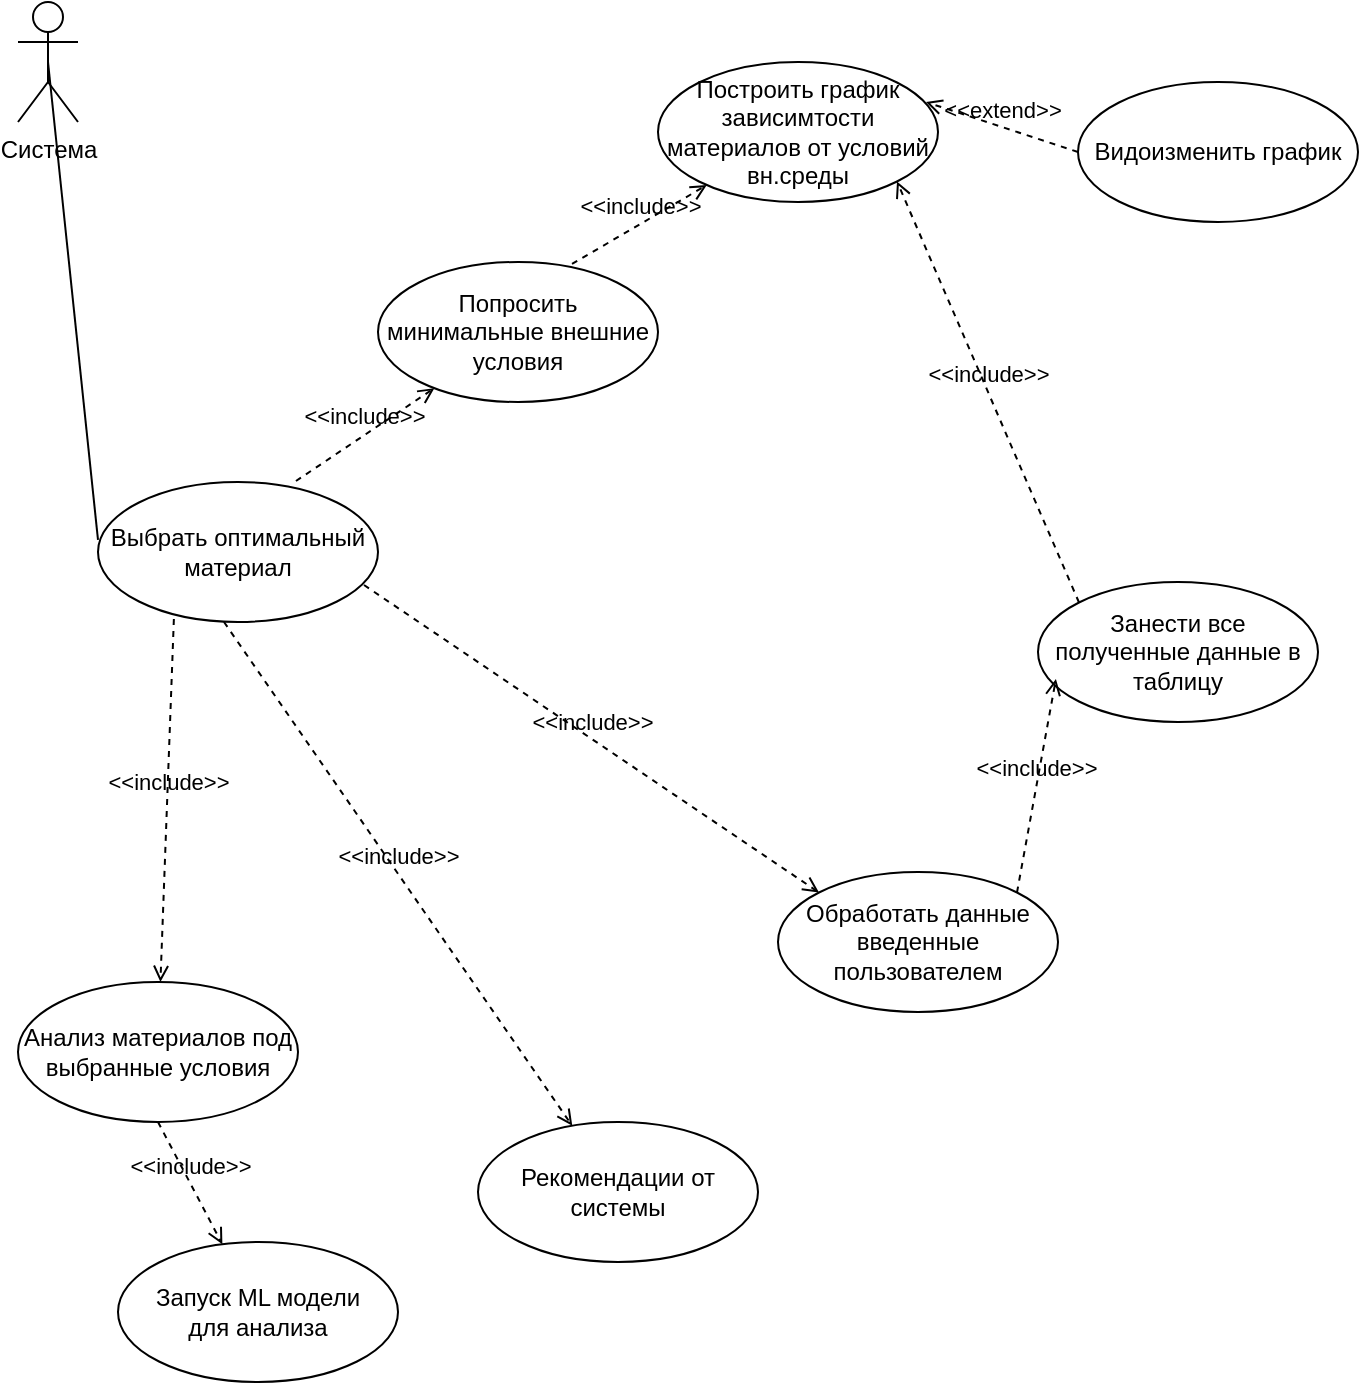
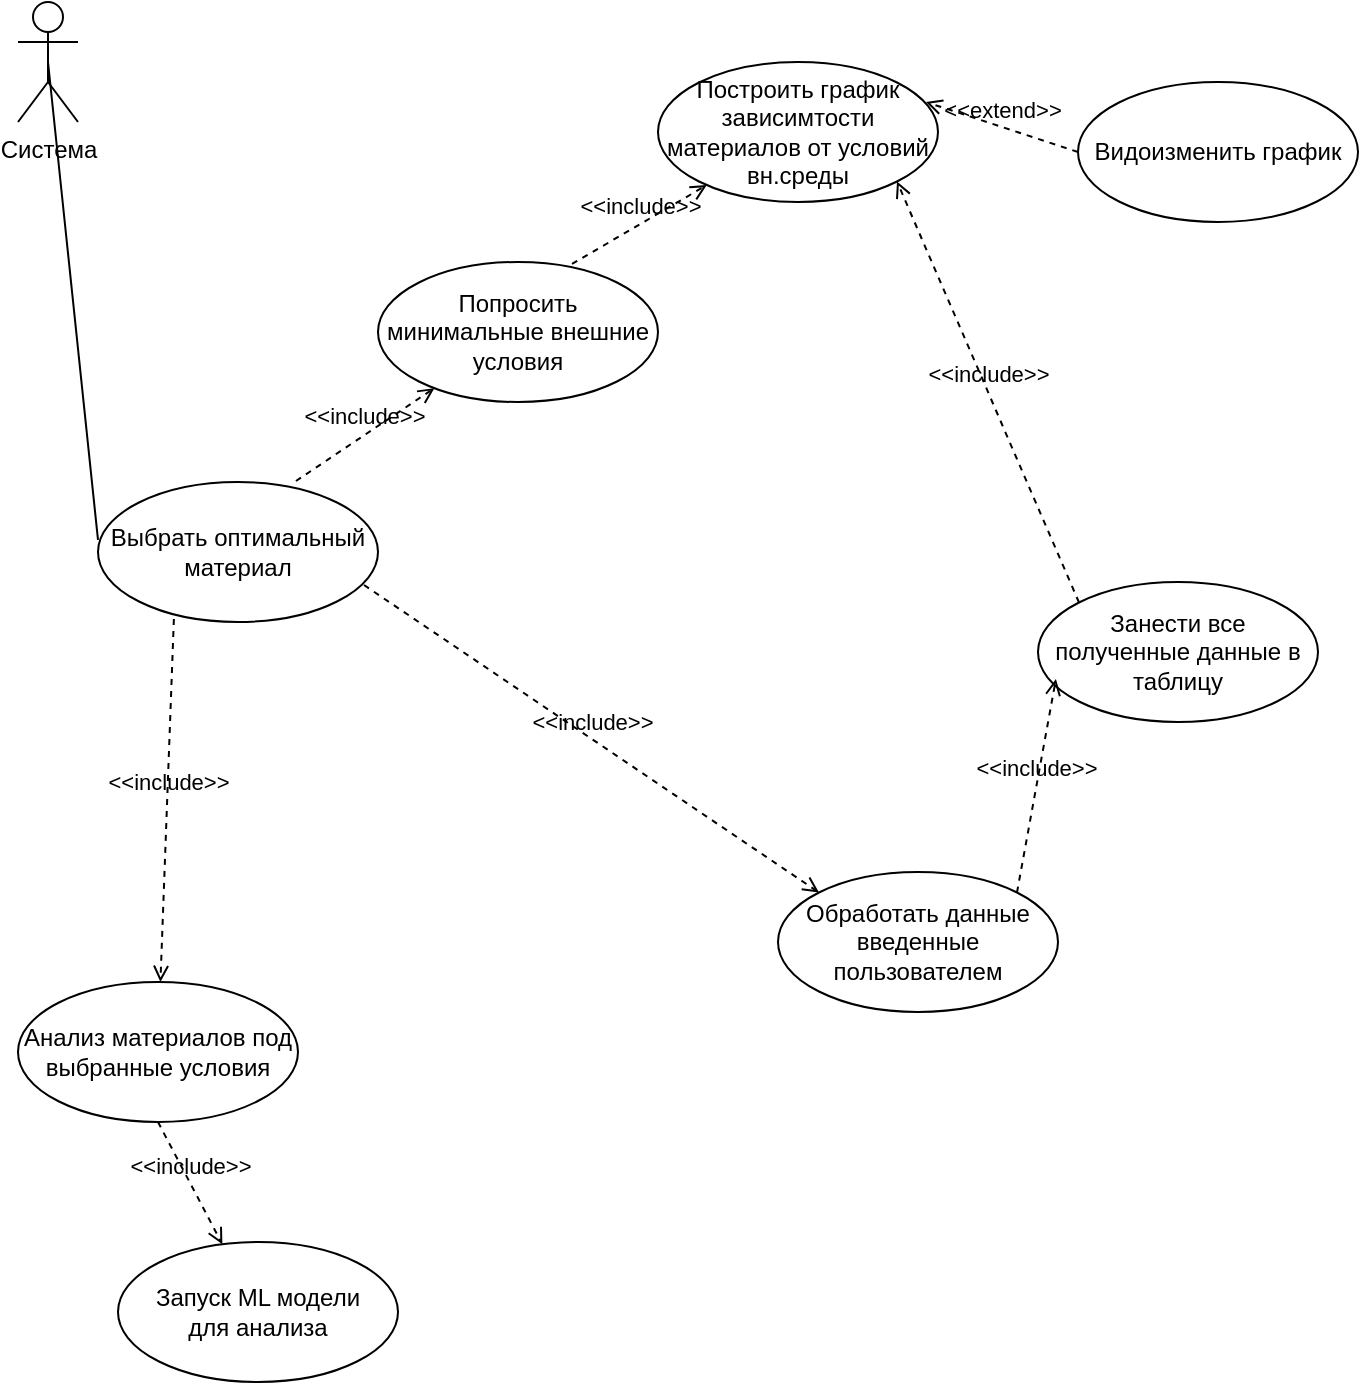
<mxfile host="app.diagrams.net" agent="Mozilla/5.0 (Macintosh; Intel Mac OS X 10_15_7) AppleWebKit/537.36 (KHTML, like Gecko) Chrome/146.0.0.0 Safari/537.36">
  <diagram name="Страница-1" id="gyE_w3nXhU2AdnzMdXHL">
    <mxGraphModel dx="878" dy="805" grid="1" gridSize="10" guides="1" tooltips="1" connect="1" arrows="1" fold="1" page="1" pageScale="1" pageWidth="827" pageHeight="1169" math="0" shadow="0">
      <root>
        <mxCell id="0" />
        <mxCell id="1" parent="0" />
        <mxCell id="AvkdiAsReh0jpHn1rncZ-1" parent="1" style="shape=umlActor;verticalLabelPosition=bottom;verticalAlign=top;html=1;" value="Система" vertex="1">
          <mxGeometry height="60" width="30" x="120" y="150" as="geometry" />
        </mxCell>
        <mxCell id="AvkdiAsReh0jpHn1rncZ-2" parent="1" style="ellipse;whiteSpace=wrap;html=1;" value="Выбрать оптимальный&lt;div&gt;материал&lt;/div&gt;" vertex="1">
          <mxGeometry height="70" width="140" x="160" y="390" as="geometry" />
        </mxCell>
        <mxCell id="AvkdiAsReh0jpHn1rncZ-3" edge="1" parent="1" source="AvkdiAsReh0jpHn1rncZ-1" style="endArrow=none;html=1;rounded=0;exitX=0.5;exitY=0.5;exitDx=0;exitDy=0;exitPerimeter=0;entryX=0;entryY=0.414;entryDx=0;entryDy=0;entryPerimeter=0;" target="AvkdiAsReh0jpHn1rncZ-2" value="">
          <mxGeometry height="50" relative="1" width="50" as="geometry">
            <mxPoint x="390" y="480" as="sourcePoint" />
            <mxPoint x="440" y="430" as="targetPoint" />
          </mxGeometry>
        </mxCell>
        <mxCell id="AvkdiAsReh0jpHn1rncZ-4" edge="1" parent="1" source="AvkdiAsReh0jpHn1rncZ-23" style="html=1;verticalAlign=bottom;labelBackgroundColor=none;endArrow=open;endFill=0;dashed=1;rounded=0;exitX=0.693;exitY=0.014;exitDx=0;exitDy=0;exitPerimeter=0;" target="AvkdiAsReh0jpHn1rncZ-5" value="&amp;lt;&amp;lt;include&amp;gt;&amp;gt;">
          <mxGeometry relative="1" width="160" as="geometry">
            <mxPoint x="330" y="450" as="sourcePoint" />
            <mxPoint x="400" y="350" as="targetPoint" />
          </mxGeometry>
        </mxCell>
        <mxCell id="AvkdiAsReh0jpHn1rncZ-5" parent="1" style="ellipse;whiteSpace=wrap;html=1;" value="Построить график зависимтости материалов от условий вн.среды" vertex="1">
          <mxGeometry height="70" width="140" x="440" y="180" as="geometry" />
-         </mxCell>
-         <mxCell id="AvkdiAsReh0jpHn1rncZ-6" edge="1" parent="1" source="AvkdiAsReh0jpHn1rncZ-2" style="html=1;verticalAlign=bottom;labelBackgroundColor=none;endArrow=open;endFill=0;dashed=1;rounded=0;exitX=0.45;exitY=1;exitDx=0;exitDy=0;exitPerimeter=0;" target="AvkdiAsReh0jpHn1rncZ-7" value="&amp;lt;&amp;lt;include&amp;gt;&amp;gt;">
-           <mxGeometry relative="1" width="160" as="geometry">
-             <mxPoint x="330" y="430" as="sourcePoint" />
-             <mxPoint x="360" y="430" as="targetPoint" />
-           </mxGeometry>
-         </mxCell>
-         <mxCell id="AvkdiAsReh0jpHn1rncZ-7" parent="1" style="ellipse;whiteSpace=wrap;html=1;" value="Рекомендации от системы" vertex="1">
-           <mxGeometry height="70" width="140" x="350" y="710" as="geometry" />
        </mxCell>
        <mxCell id="AvkdiAsReh0jpHn1rncZ-8" edge="1" parent="1" source="AvkdiAsReh0jpHn1rncZ-2" style="html=1;verticalAlign=bottom;labelBackgroundColor=none;endArrow=open;endFill=0;dashed=1;rounded=0;exitX=0.271;exitY=0.979;exitDx=0;exitDy=0;exitPerimeter=0;" target="AvkdiAsReh0jpHn1rncZ-9" value="&amp;lt;&amp;lt;include&amp;gt;&amp;gt;">
          <mxGeometry relative="1" width="160" as="geometry">
            <mxPoint x="330" y="430" as="sourcePoint" />
            <mxPoint x="268" y="450" as="targetPoint" />
          </mxGeometry>
        </mxCell>
        <mxCell id="AvkdiAsReh0jpHn1rncZ-9" parent="1" style="ellipse;whiteSpace=wrap;html=1;" value="Анализ материалов под выбранные условия" vertex="1">
          <mxGeometry height="70" width="140" x="120" y="640" as="geometry" />
        </mxCell>
        <mxCell id="AvkdiAsReh0jpHn1rncZ-10" edge="1" parent="1" source="AvkdiAsReh0jpHn1rncZ-9" style="html=1;verticalAlign=bottom;labelBackgroundColor=none;endArrow=open;endFill=0;dashed=1;rounded=0;exitX=0.5;exitY=1;exitDx=0;exitDy=0;" target="AvkdiAsReh0jpHn1rncZ-11" value="&amp;lt;&amp;lt;include&amp;gt;&amp;gt;">
          <mxGeometry relative="1" width="160" as="geometry">
            <mxPoint x="330" y="420" as="sourcePoint" />
            <mxPoint x="270" y="570" as="targetPoint" />
          </mxGeometry>
        </mxCell>
        <mxCell id="AvkdiAsReh0jpHn1rncZ-11" parent="1" style="ellipse;whiteSpace=wrap;html=1;" value="Запуск ML модели&lt;div&gt;для анализа&lt;/div&gt;" vertex="1">
          <mxGeometry height="70" width="140" x="170" y="770" as="geometry" />
        </mxCell>
        <mxCell id="AvkdiAsReh0jpHn1rncZ-14" parent="1" style="ellipse;whiteSpace=wrap;html=1;" value="Обработать данные введенные пользователем" vertex="1">
          <mxGeometry height="70" width="140" x="500" y="585" as="geometry" />
        </mxCell>
        <mxCell id="AvkdiAsReh0jpHn1rncZ-16" edge="1" parent="1" source="AvkdiAsReh0jpHn1rncZ-17" style="html=1;verticalAlign=bottom;labelBackgroundColor=none;endArrow=open;endFill=0;dashed=1;rounded=0;entryX=0.957;entryY=0.286;entryDx=0;entryDy=0;entryPerimeter=0;exitX=0;exitY=0.5;exitDx=0;exitDy=0;" target="AvkdiAsReh0jpHn1rncZ-5" value="&amp;lt;&amp;lt;extend&amp;gt;&amp;gt;">
          <mxGeometry relative="1" width="160" as="geometry">
            <mxPoint x="640" y="280" as="sourcePoint" />
            <mxPoint x="490" y="520" as="targetPoint" />
          </mxGeometry>
        </mxCell>
        <mxCell id="AvkdiAsReh0jpHn1rncZ-17" parent="1" style="ellipse;whiteSpace=wrap;html=1;" value="Видоизменить график" vertex="1">
          <mxGeometry height="70" width="140" x="650" y="190" as="geometry" />
        </mxCell>
        <mxCell id="AvkdiAsReh0jpHn1rncZ-18" parent="1" style="ellipse;whiteSpace=wrap;html=1;" value="Занести все полученные данные в таблицу" vertex="1">
          <mxGeometry height="70" width="140" x="630" y="440" as="geometry" />
        </mxCell>
        <mxCell id="AvkdiAsReh0jpHn1rncZ-19" edge="1" parent="1" source="AvkdiAsReh0jpHn1rncZ-18" style="html=1;verticalAlign=bottom;labelBackgroundColor=none;endArrow=open;endFill=0;dashed=1;rounded=0;entryX=1;entryY=1;entryDx=0;entryDy=0;exitX=0;exitY=0;exitDx=0;exitDy=0;" target="AvkdiAsReh0jpHn1rncZ-5" value="&amp;lt;&amp;lt;include&amp;gt;&amp;gt;">
          <mxGeometry relative="1" width="160" as="geometry">
            <mxPoint x="330" y="510" as="sourcePoint" />
            <mxPoint x="490" y="510" as="targetPoint" />
          </mxGeometry>
        </mxCell>
        <mxCell id="AvkdiAsReh0jpHn1rncZ-20" edge="1" parent="1" source="AvkdiAsReh0jpHn1rncZ-14" style="html=1;verticalAlign=bottom;labelBackgroundColor=none;endArrow=open;endFill=0;dashed=1;rounded=0;entryX=0.064;entryY=0.693;entryDx=0;entryDy=0;entryPerimeter=0;exitX=1;exitY=0;exitDx=0;exitDy=0;" target="AvkdiAsReh0jpHn1rncZ-18" value="&amp;lt;&amp;lt;include&amp;gt;&amp;gt;">
          <mxGeometry relative="1" width="160" as="geometry">
            <mxPoint x="330" y="510" as="sourcePoint" />
            <mxPoint x="490" y="510" as="targetPoint" />
          </mxGeometry>
        </mxCell>
        <mxCell id="AvkdiAsReh0jpHn1rncZ-21" edge="1" parent="1" source="AvkdiAsReh0jpHn1rncZ-2" style="html=1;verticalAlign=bottom;labelBackgroundColor=none;endArrow=open;endFill=0;dashed=1;rounded=0;entryX=0;entryY=0;entryDx=0;entryDy=0;exitX=0.95;exitY=0.736;exitDx=0;exitDy=0;exitPerimeter=0;" target="AvkdiAsReh0jpHn1rncZ-14" value="&amp;lt;&amp;lt;include&amp;gt;&amp;gt;">
          <mxGeometry relative="1" width="160" as="geometry">
            <mxPoint x="330" y="620" as="sourcePoint" />
            <mxPoint x="490" y="620" as="targetPoint" />
          </mxGeometry>
        </mxCell>
        <mxCell id="AvkdiAsReh0jpHn1rncZ-22" edge="1" parent="1" source="AvkdiAsReh0jpHn1rncZ-2" style="html=1;verticalAlign=bottom;labelBackgroundColor=none;endArrow=open;endFill=0;dashed=1;rounded=0;exitX=0.707;exitY=-0.007;exitDx=0;exitDy=0;exitPerimeter=0;" target="AvkdiAsReh0jpHn1rncZ-23" value="&amp;lt;&amp;lt;include&amp;gt;&amp;gt;">
          <mxGeometry relative="1" width="160" as="geometry">
            <mxPoint x="60" y="520" as="sourcePoint" />
            <mxPoint x="320" y="260" as="targetPoint" />
          </mxGeometry>
        </mxCell>
        <mxCell id="AvkdiAsReh0jpHn1rncZ-23" parent="1" style="ellipse;whiteSpace=wrap;html=1;" value="Попросить минимальные внешние условия" vertex="1">
          <mxGeometry height="70" width="140" x="300" y="280" as="geometry" />
        </mxCell>
      </root>
    </mxGraphModel>
  </diagram>
</mxfile>
